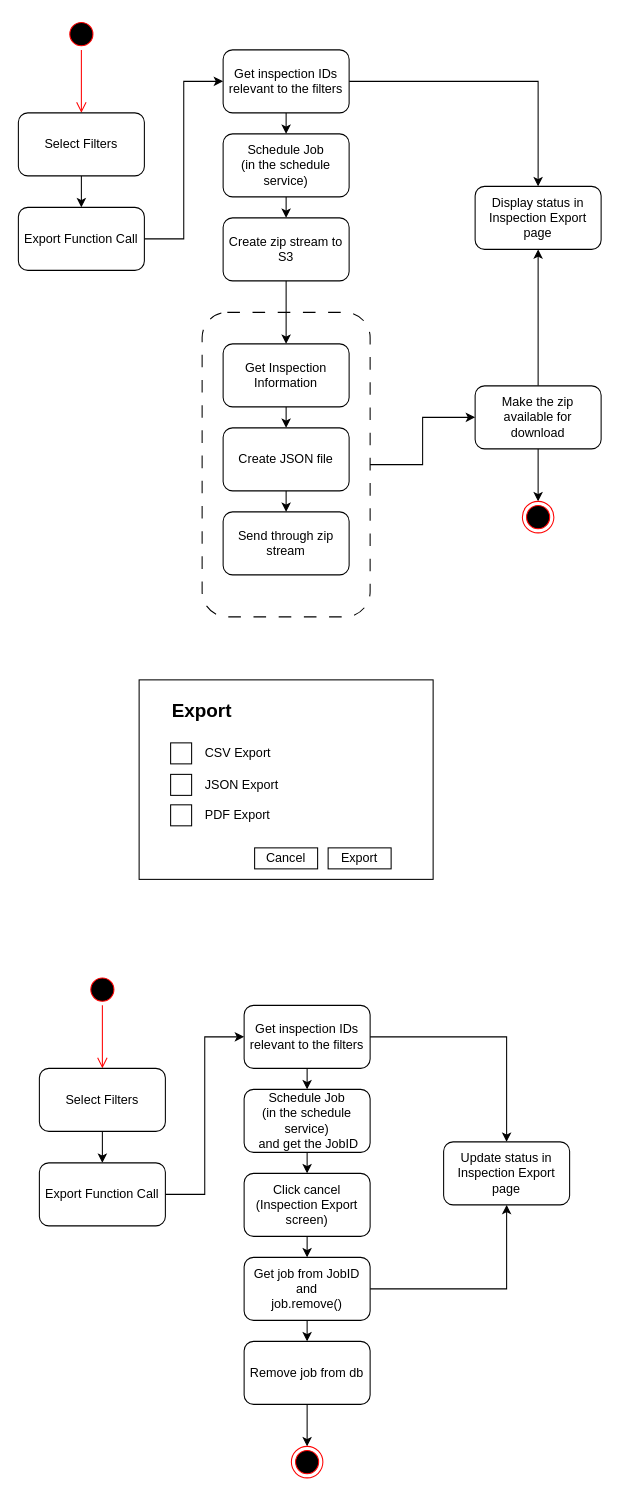
malshan1998/draw.io keeps this draw.io diagram as Export design 1.drawio. Above is the earlier version. Source tidied: cells renumbered, new cells numbered last; positions are measured from the earlier drawing's top-left corner, leaving out a move shared by most shapes. Both pictures are drawn from the tidied source at 105%, with x=0, y=0 at pixel (18, 18).
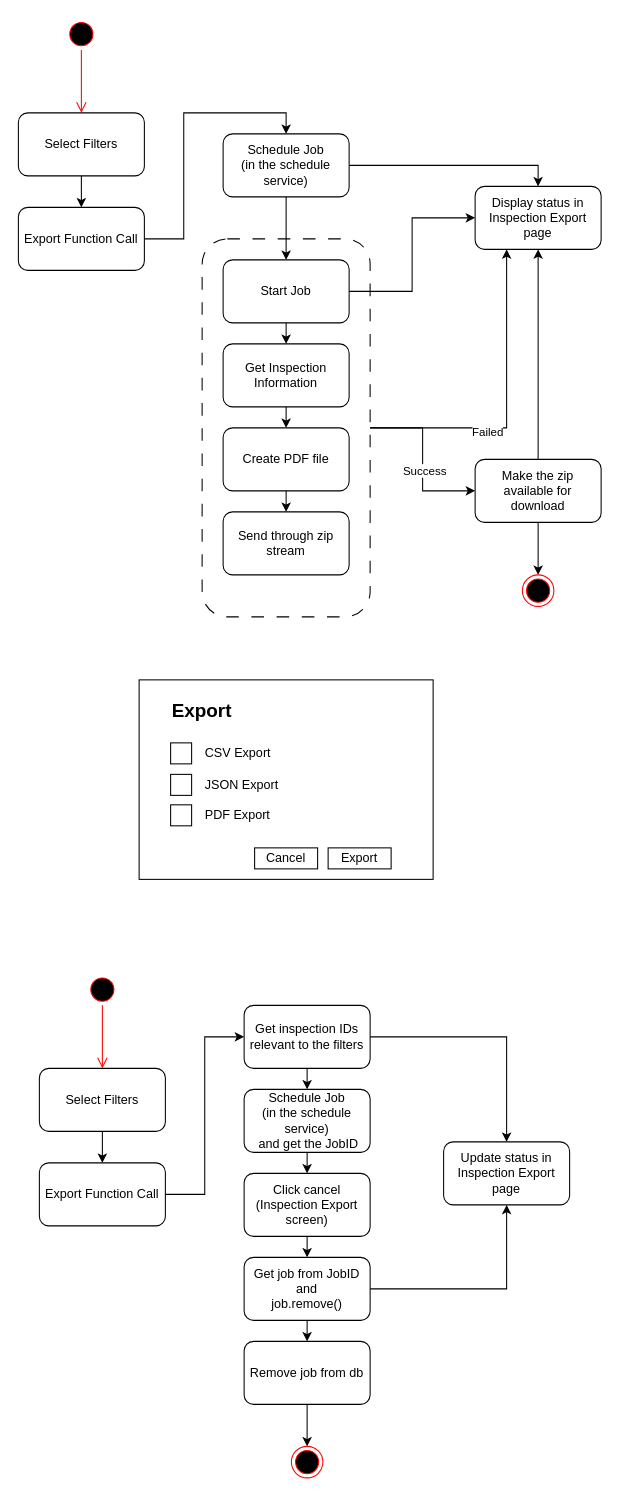
The same diagram, later.

Unchanged cells that the change refers to:
```xml
<mxCell id="2" style="edgeStyle=orthogonalEdgeStyle;rounded=0;jettySize=auto;html=1;exitX=1;exitY=0.5;exitDx=0;exitDy=0;entryX=0;entryY=0.5;entryDx=0;entryDy=0;" parent="1" edge="1" source="3" target="25">
  <mxGeometry relative="1" as="geometry" />
</mxCell>
<mxCell id="9" value="Export Function Call" style="rounded=1;whiteSpace=wrap;html=1;" parent="1" vertex="1">
  <mxGeometry y="180" width="120" height="60" as="geometry" />
</mxCell>
<mxCell id="14" value="&lt;div&gt;Schedule Job&lt;/div&gt;&lt;div&gt;(in the schedule service)&lt;/div&gt;" style="rounded=1;whiteSpace=wrap;html=1;" parent="1" vertex="1">
  <mxGeometry x="195" y="110" width="120" height="60" as="geometry" />
</mxCell>
<mxCell id="18" value="Get Inspection Information" style="rounded=1;whiteSpace=wrap;html=1;" parent="1" vertex="1">
  <mxGeometry x="195" y="310" width="120" height="60" as="geometry" />
</mxCell>
<mxCell id="22" value="Display status in Inspection Export page" style="rounded=1;whiteSpace=wrap;html=1;" parent="1" vertex="1">
  <mxGeometry x="435" y="160" width="120" height="60" as="geometry" />
</mxCell>
```

The edit, as a diff of the source:
```diff
@@
+    <mxCell id="57" value="Success" style="edgeLabel;html=1;align=center;verticalAlign=middle;" parent="2" vertex="1">
+      <mxGeometry x="0.12" y="1" relative="1" as="geometry" />
+    </mxCell>
+    <mxCell id="58" style="edgeStyle=orthogonalEdgeStyle;rounded=0;jettySize=auto;html=1;exitX=1;exitY=0.5;exitDx=0;exitDy=0;entryX=0.25;entryY=1;entryDx=0;entryDy=0;" parent="1" edge="1" source="3" target="22">
+      <mxGeometry relative="1" as="geometry" />
+    </mxCell>
+    <mxCell id="59" value="Failed" style="edgeLabel;html=1;align=center;verticalAlign=middle;" parent="58" vertex="1">
+      <mxGeometry x="-0.26" y="-3" relative="1" as="geometry" />
+    </mxCell>
     <mxCell id="3" style="rounded=1;whiteSpace=wrap;html=1;fillColor=none;dashed=1;dashPattern=12 12;" parent="1" vertex="1">
-      <mxGeometry x="175" y="280" width="160" height="290" as="geometry" />
+      <mxGeometry x="175" y="210" width="160" height="360" as="geometry" />
     </mxCell>
@@
-    <mxCell id="8" style="edgeStyle=orthogonalEdgeStyle;rounded=0;jettySize=auto;html=1;exitX=1;exitY=0.5;exitDx=0;exitDy=0;entryX=0;entryY=0.5;entryDx=0;entryDy=0;" parent="1" edge="1" source="9" target="12">
-      <mxGeometry relative="1" as="geometry" />
-    </mxCell>
+    <mxCell id="60" style="edgeStyle=orthogonalEdgeStyle;rounded=0;jettySize=auto;html=1;exitX=1;exitY=0.5;exitDx=0;exitDy=0;entryX=0.5;entryY=0;entryDx=0;entryDy=0;" parent="1" edge="1" source="9" target="14">
+      <mxGeometry relative="1" as="geometry" />
+    </mxCell>
@@
-    <mxCell id="10" style="edgeStyle=orthogonalEdgeStyle;rounded=0;jettySize=auto;html=1;exitX=0.5;exitY=1;exitDx=0;exitDy=0;entryX=0.5;entryY=0;entryDx=0;entryDy=0;" parent="1" edge="1" source="12" target="14">
-      <mxGeometry relative="1" as="geometry" />
-    </mxCell>
-    <mxCell id="11" style="edgeStyle=orthogonalEdgeStyle;rounded=0;jettySize=auto;html=1;exitX=1;exitY=0.5;exitDx=0;exitDy=0;entryX=0.5;entryY=0;entryDx=0;entryDy=0;" parent="1" edge="1" source="12" target="22">
-      <mxGeometry relative="1" as="geometry" />
-    </mxCell>
-    <mxCell id="12" value="Get inspection IDs relevant to the filters" style="rounded=1;whiteSpace=wrap;html=1;" parent="1" vertex="1">
-      <mxGeometry x="195" y="30" width="120" height="60" as="geometry" />
-    </mxCell>
-    <mxCell id="13" style="edgeStyle=orthogonalEdgeStyle;rounded=0;jettySize=auto;html=1;exitX=0.5;exitY=1;exitDx=0;exitDy=0;entryX=0.5;entryY=0;entryDx=0;entryDy=0;" parent="1" edge="1" source="14" target="16">
-      <mxGeometry relative="1" as="geometry" />
-    </mxCell>
+    <mxCell id="61" style="edgeStyle=orthogonalEdgeStyle;rounded=0;jettySize=auto;html=1;exitX=1;exitY=0.5;exitDx=0;exitDy=0;entryX=0.5;entryY=0;entryDx=0;entryDy=0;" parent="1" edge="1" source="14" target="22">
+      <mxGeometry relative="1" as="geometry" />
+    </mxCell>
+    <mxCell id="62" style="edgeStyle=orthogonalEdgeStyle;rounded=0;jettySize=auto;html=1;exitX=0.5;exitY=1;exitDx=0;exitDy=0;entryX=0.5;entryY=0;entryDx=0;entryDy=0;" parent="1" edge="1" source="14" target="65">
+      <mxGeometry relative="1" as="geometry" />
+    </mxCell>
@@
-    <mxCell id="15" style="edgeStyle=orthogonalEdgeStyle;rounded=0;jettySize=auto;html=1;exitX=0.5;exitY=1;exitDx=0;exitDy=0;entryX=0.5;entryY=0;entryDx=0;entryDy=0;" parent="1" edge="1" source="16" target="18">
-      <mxGeometry relative="1" as="geometry" />
-    </mxCell>
-    <mxCell id="16" value="Create zip stream to S3" style="rounded=1;whiteSpace=wrap;html=1;" parent="1" vertex="1">
-      <mxGeometry x="195" y="190" width="120" height="60" as="geometry" />
-    </mxCell>
@@
-    <mxCell id="20" value="Create JSON file" style="rounded=1;whiteSpace=wrap;html=1;" parent="1" vertex="1">
+    <mxCell id="20" value="Create PDF file" style="rounded=1;whiteSpace=wrap;html=1;" parent="1" vertex="1">
       <mxGeometry x="195" y="390" width="120" height="60" as="geometry" />
     </mxCell>
@@
     <mxCell id="25" value="Make the zip available for download" style="rounded=1;whiteSpace=wrap;html=1;" parent="1" vertex="1">
-      <mxGeometry x="435" y="350" width="120" height="60" as="geometry" />
+      <mxGeometry x="435" y="420" width="120" height="60" as="geometry" />
     </mxCell>
     <mxCell id="26" style="ellipse;html=1;shape=endState;fillColor=#000000;strokeColor=#ff0000;" parent="1" vertex="1">
-      <mxGeometry x="480" y="460" width="30" height="30" as="geometry" />
+      <mxGeometry x="480" y="530" width="30" height="30" as="geometry" />
     </mxCell>
@@
+    <mxCell id="63" style="edgeStyle=orthogonalEdgeStyle;rounded=0;jettySize=auto;html=1;exitX=0.5;exitY=1;exitDx=0;exitDy=0;entryX=0.5;entryY=0;entryDx=0;entryDy=0;" parent="1" edge="1" source="65" target="18">
+      <mxGeometry relative="1" as="geometry" />
+    </mxCell>
+    <mxCell id="64" style="edgeStyle=orthogonalEdgeStyle;rounded=0;jettySize=auto;html=1;exitX=1;exitY=0.5;exitDx=0;exitDy=0;entryX=0;entryY=0.5;entryDx=0;entryDy=0;" parent="1" edge="1" source="65" target="22">
+      <mxGeometry relative="1" as="geometry" />
+    </mxCell>
+    <mxCell id="65" value="Start Job" style="rounded=1;whiteSpace=wrap;html=1;" parent="1" vertex="1">
+      <mxGeometry x="195" y="230" width="120" height="60" as="geometry" />
+    </mxCell>
```
